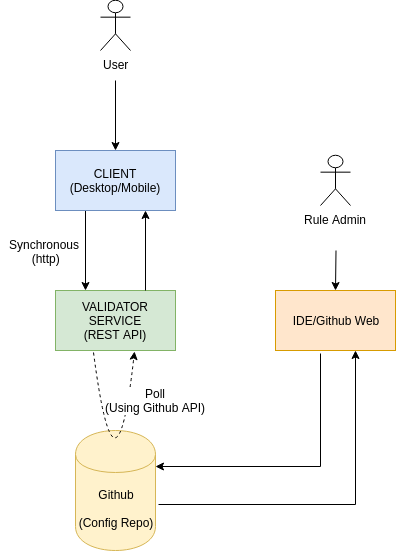
Before: With github.png, a diagram exported from draw.io (rajkumar90/intuit-craft). Source tidied: cells renumbered, new cells last; positions are measured from the earlier drawing's top-left corner, leaving out a move shared by most shapes. Its diagram source:
```xml
<mxGraphModel>
  <root>
    <mxCell id="0" />
    <mxCell id="1" parent="0" />
    <mxCell id="2" style="edgeStyle=orthogonalEdgeStyle;rounded=0;jettySize=auto;html=1;exitX=0.25;exitY=1;exitDx=0;exitDy=0;entryX=0.25;entryY=0;entryDx=0;entryDy=0;" parent="1" edge="1" source="3" target="4">
      <mxGeometry relative="1" as="geometry" />
    </mxCell>
    <mxCell id="3" value="CLIENT (Desktop/Mobile)" style="rounded=0;whiteSpace=wrap;html=1;fillColor=#dae8fc;strokeColor=#6c8ebf;" parent="1" vertex="1">
      <mxGeometry x="55" y="150" width="120" height="60" as="geometry" />
    </mxCell>
    <mxCell id="4" value="VALIDATOR SERVICE&lt;br&gt;(REST API)" style="rounded=0;whiteSpace=wrap;html=1;fillColor=#d5e8d4;strokeColor=#82b366;" parent="1" vertex="1">
      <mxGeometry x="55" y="290" width="120" height="60" as="geometry" />
    </mxCell>
    <mxCell id="5" value="Github&lt;br&gt;&lt;br&gt;(Config Repo)" style="shape=cylinder;whiteSpace=wrap;html=1;boundedLbl=1;backgroundOutline=1;rounded=0;fillColor=#fff2cc;strokeColor=#d6b656;" parent="1" vertex="1">
      <mxGeometry x="75" y="430" width="80" height="120" as="geometry" />
    </mxCell>
    <mxCell id="6" style="endArrow=classic;html=1;exitX=0.75;exitY=0;exitDx=0;exitDy=0;entryX=0.75;entryY=1;entryDx=0;entryDy=0;" parent="1" edge="1" source="4" target="3">
      <mxGeometry relative="1" as="geometry" />
    </mxCell>
    <mxCell id="7" style="edgeStyle=orthogonalEdgeStyle;rounded=0;jettySize=auto;html=1;" parent="1" edge="1" target="3">
      <mxGeometry relative="1" as="geometry">
        <mxPoint x="115" y="80" as="sourcePoint" />
      </mxGeometry>
    </mxCell>
    <mxCell id="8" value="User&lt;br&gt;" style="shape=umlActor;verticalLabelPosition=bottom;labelBackgroundColor=#ffffff;verticalAlign=top;html=1;" parent="1" vertex="1">
      <mxGeometry x="100" width="30" height="50" as="geometry" />
    </mxCell>
    <mxCell id="9" style="endArrow=classic;html=1;entryX=0.658;entryY=1.017;entryDx=0;entryDy=0;exitX=0.317;exitY=1.033;exitDx=0;exitDy=0;exitPerimeter=0;entryPerimeter=0;curved=1;dashed=1;arcSize=20;" parent="1" edge="1" source="4" target="4">
      <mxGeometry relative="1" as="geometry">
        <Array as="points">
          <mxPoint x="115" y="520" />
        </Array>
      </mxGeometry>
    </mxCell>
    <mxCell id="10" value="Poll&lt;br&gt;(Using Github API)" style="text;html=1;align=center;verticalAlign=middle;labelBackgroundColor=#ffffff;" parent="9" vertex="1">
      <mxGeometry x="-0.72" y="29" relative="1" as="geometry">
        <mxPoint x="27" y="5" as="offset" />
      </mxGeometry>
    </mxCell>
    <mxCell id="11" style="edgeStyle=segmentEdgeStyle;endArrow=none;html=1;startArrow=classic;startFill=1;endFill=0;exitX=1;exitY=0.3;exitDx=0;exitDy=0;rounded=0;entryX=0.294;entryY=1.05;entryDx=0;entryDy=0;entryPerimeter=0;" parent="1" edge="1" source="5">
      <mxGeometry relative="1" as="geometry">
        <mxPoint x="320" y="353" as="targetPoint" />
      </mxGeometry>
    </mxCell>
    <mxCell id="12" style="edgeStyle=segmentEdgeStyle;endArrow=classic;html=1;startArrow=none;startFill=0;endFill=1;exitX=1.038;exitY=0.617;exitDx=0;exitDy=0;rounded=0;exitPerimeter=0;" parent="1" edge="1" source="5">
      <mxGeometry relative="1" as="geometry">
        <mxPoint x="355" y="350" as="targetPoint" />
      </mxGeometry>
    </mxCell>
    <mxCell id="13" value="IDE/Github Web" style="rounded=0;whiteSpace=wrap;html=1;fillColor=#ffe6cc;strokeColor=#d79b00;" parent="1" vertex="1">
      <mxGeometry x="275" y="290" width="120" height="60" as="geometry" />
    </mxCell>
    <mxCell id="14" value="Rule Admin" style="shape=umlActor;verticalLabelPosition=bottom;labelBackgroundColor=#ffffff;verticalAlign=top;html=1;" parent="1" vertex="1">
      <mxGeometry x="320" y="155" width="30" height="50" as="geometry" />
    </mxCell>
    <mxCell id="15" style="endArrow=none;html=1;exitX=0.75;exitY=0;exitDx=0;exitDy=0;startArrow=classic;startFill=1;endFill=0;" parent="1" edge="1">
      <mxGeometry relative="1" as="geometry">
        <mxPoint x="335" y="290" as="sourcePoint" />
        <mxPoint x="335.5" y="250" as="targetPoint" />
      </mxGeometry>
    </mxCell>
    <mxCell id="16" value="Synchronous &lt;br&gt;(http)" style="text;html=1;align=center;verticalAlign=top;spacingTop=-4;" parent="1" vertex="1">
      <mxGeometry y="235" width="90" height="30" as="geometry" />
    </mxCell>
  </root>
</mxGraphModel>
```
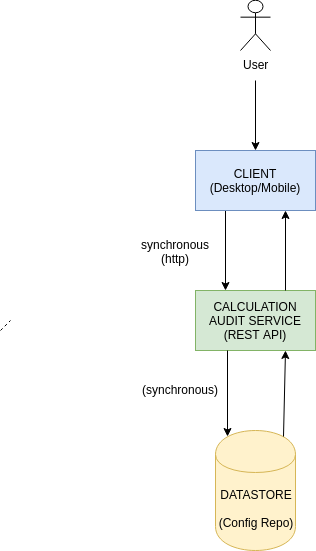
Later version of the same file.

Diff of the diagram source:
```diff
@@ -8,15 +8,23 @@
     <mxCell id="3" value="CLIENT (Desktop/Mobile)" style="rounded=0;whiteSpace=wrap;html=1;fillColor=#dae8fc;strokeColor=#6c8ebf;" parent="1" vertex="1">
       <mxGeometry x="55" y="150" width="120" height="60" as="geometry" />
     </mxCell>
-    <mxCell id="4" value="VALIDATOR SERVICE&lt;br&gt;(REST API)" style="rounded=0;whiteSpace=wrap;html=1;fillColor=#d5e8d4;strokeColor=#82b366;" parent="1" vertex="1">
+    <mxCell id="4" value="CALCULATION AUDIT SERVICE&lt;br&gt;(REST API)" style="rounded=0;whiteSpace=wrap;html=1;fillColor=#d5e8d4;strokeColor=#82b366;" parent="1" vertex="1">
       <mxGeometry x="55" y="290" width="120" height="60" as="geometry" />
     </mxCell>
-    <mxCell id="5" value="Github&lt;br&gt;&lt;br&gt;(Config Repo)" style="shape=cylinder;whiteSpace=wrap;html=1;boundedLbl=1;backgroundOutline=1;rounded=0;fillColor=#fff2cc;strokeColor=#d6b656;" parent="1" vertex="1">
+    <mxCell id="5" value="DATASTORE&lt;br&gt;&lt;br&gt;(Config Repo)" style="shape=cylinder;whiteSpace=wrap;html=1;boundedLbl=1;backgroundOutline=1;rounded=0;fillColor=#fff2cc;strokeColor=#d6b656;" parent="1" vertex="1">
       <mxGeometry x="75" y="430" width="80" height="120" as="geometry" />
     </mxCell>
+    <mxCell id="17" style="endArrow=classic;html=1;entryX=0.15;entryY=0.05;entryDx=0;entryDy=0;entryPerimeter=0;" parent="1" edge="1" target="5">
+      <mxGeometry relative="1" as="geometry">
+        <mxPoint x="87" y="350" as="sourcePoint" />
+      </mxGeometry>
+    </mxCell>
     <mxCell id="6" style="endArrow=classic;html=1;exitX=0.75;exitY=0;exitDx=0;exitDy=0;entryX=0.75;entryY=1;entryDx=0;entryDy=0;" parent="1" edge="1" source="4" target="3">
       <mxGeometry relative="1" as="geometry" />
     </mxCell>
+    <mxCell id="18" style="endArrow=classic;html=1;exitX=0.85;exitY=0.05;exitDx=0;exitDy=0;exitPerimeter=0;entryX=0.75;entryY=1;entryDx=0;entryDy=0;" parent="1" edge="1" source="5" target="4">
+      <mxGeometry relative="1" as="geometry" />
+    </mxCell>
     <mxCell id="7" style="edgeStyle=orthogonalEdgeStyle;rounded=0;jettySize=auto;html=1;" parent="1" edge="1" target="3">
       <mxGeometry relative="1" as="geometry">
         <mxPoint x="115" y="80" as="sourcePoint" />
@@ -25,42 +33,17 @@
     <mxCell id="8" value="User&lt;br&gt;" style="shape=umlActor;verticalLabelPosition=bottom;labelBackgroundColor=#ffffff;verticalAlign=top;html=1;" parent="1" vertex="1">
       <mxGeometry x="100" width="30" height="50" as="geometry" />
     </mxCell>
-    <mxCell id="9" style="endArrow=classic;html=1;entryX=0.658;entryY=1.017;entryDx=0;entryDy=0;exitX=0.317;exitY=1.033;exitDx=0;exitDy=0;exitPerimeter=0;entryPerimeter=0;curved=1;dashed=1;arcSize=20;" parent="1" edge="1" source="4" target="4">
-      <mxGeometry relative="1" as="geometry">
-        <Array as="points">
-          <mxPoint x="115" y="520" />
-        </Array>
-      </mxGeometry>
-    </mxCell>
-    <mxCell id="10" value="Poll&lt;br&gt;(Using Github API)" style="text;html=1;align=center;verticalAlign=middle;labelBackgroundColor=#ffffff;" parent="9" vertex="1">
-      <mxGeometry x="-0.72" y="29" relative="1" as="geometry">
-        <mxPoint x="27" y="5" as="offset" />
-      </mxGeometry>
-    </mxCell>
-    <mxCell id="11" style="edgeStyle=segmentEdgeStyle;endArrow=none;html=1;startArrow=classic;startFill=1;endFill=0;exitX=1;exitY=0.3;exitDx=0;exitDy=0;rounded=0;entryX=0.294;entryY=1.05;entryDx=0;entryDy=0;entryPerimeter=0;" parent="1" edge="1" source="5">
-      <mxGeometry relative="1" as="geometry">
-        <mxPoint x="320" y="353" as="targetPoint" />
-      </mxGeometry>
-    </mxCell>
-    <mxCell id="12" style="edgeStyle=segmentEdgeStyle;endArrow=classic;html=1;startArrow=none;startFill=0;endFill=1;exitX=1.038;exitY=0.617;exitDx=0;exitDy=0;rounded=0;exitPerimeter=0;" parent="1" edge="1" source="5">
-      <mxGeometry relative="1" as="geometry">
-        <mxPoint x="355" y="350" as="targetPoint" />
-      </mxGeometry>
-    </mxCell>
-    <mxCell id="13" value="IDE/Github Web" style="rounded=0;whiteSpace=wrap;html=1;fillColor=#ffe6cc;strokeColor=#d79b00;" parent="1" vertex="1">
-      <mxGeometry x="275" y="290" width="120" height="60" as="geometry" />
-    </mxCell>
-    <mxCell id="14" value="Rule Admin" style="shape=umlActor;verticalLabelPosition=bottom;labelBackgroundColor=#ffffff;verticalAlign=top;html=1;" parent="1" vertex="1">
-      <mxGeometry x="320" y="155" width="30" height="50" as="geometry" />
-    </mxCell>
-    <mxCell id="15" style="endArrow=none;html=1;exitX=0.75;exitY=0;exitDx=0;exitDy=0;startArrow=classic;startFill=1;endFill=0;" parent="1" edge="1">
-      <mxGeometry relative="1" as="geometry">
-        <mxPoint x="335" y="290" as="sourcePoint" />
-        <mxPoint x="335.5" y="250" as="targetPoint" />
-      </mxGeometry>
-    </mxCell>
-    <mxCell id="16" value="Synchronous &lt;br&gt;(http)" style="text;html=1;align=center;verticalAlign=top;spacingTop=-4;" parent="1" vertex="1">
-      <mxGeometry y="235" width="90" height="30" as="geometry" />
-    </mxCell>
+    <mxCell id="19" value="synchronous&lt;br&gt;(http)" style="text;html=1;align=center;verticalAlign=top;spacingTop=-4;" parent="1" vertex="1">
+      <mxGeometry x="-5" y="235" width="80" height="30" as="geometry" />
+    </mxCell>
+    <mxCell id="20" value="(synchronous)" style="text;html=1;align=left;verticalAlign=top;spacingTop=-4;" parent="1" vertex="1">
+      <mxGeometry y="380" width="90" height="20" as="geometry" />
+    </mxCell>
+    <mxCell id="21" style="endArrow=none;dashed=1;html=1;" parent="1" edge="1">
+      <mxGeometry relative="1" as="geometry">
+        <mxPoint x="-140" y="330" as="sourcePoint" />
+        <mxPoint x="-130" y="320" as="targetPoint" />
+      </mxGeometry>
+    </mxCell>
   </root>
 </mxGraphModel>
```
